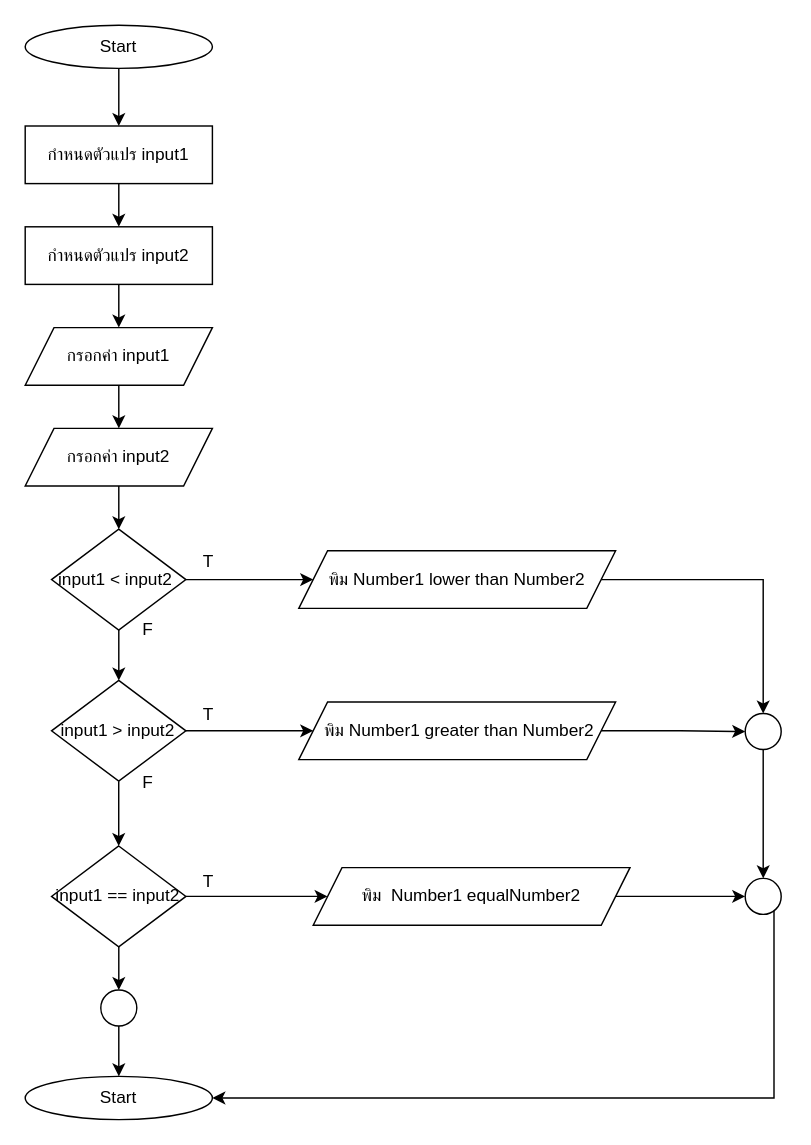
The draw.io diagram HW/HW05/hw05-4/hw05-4.drawio in aphiwat-window/ENGCE117, before the edit. Source tidied: cells renumbered, new cells numbered last; positions are measured from the earlier drawing's top-left corner, leaving out a move shared by most shapes. Both pictures are drawn from the tidied source at 144%, with x=0, y=0 at pixel (24, 24).
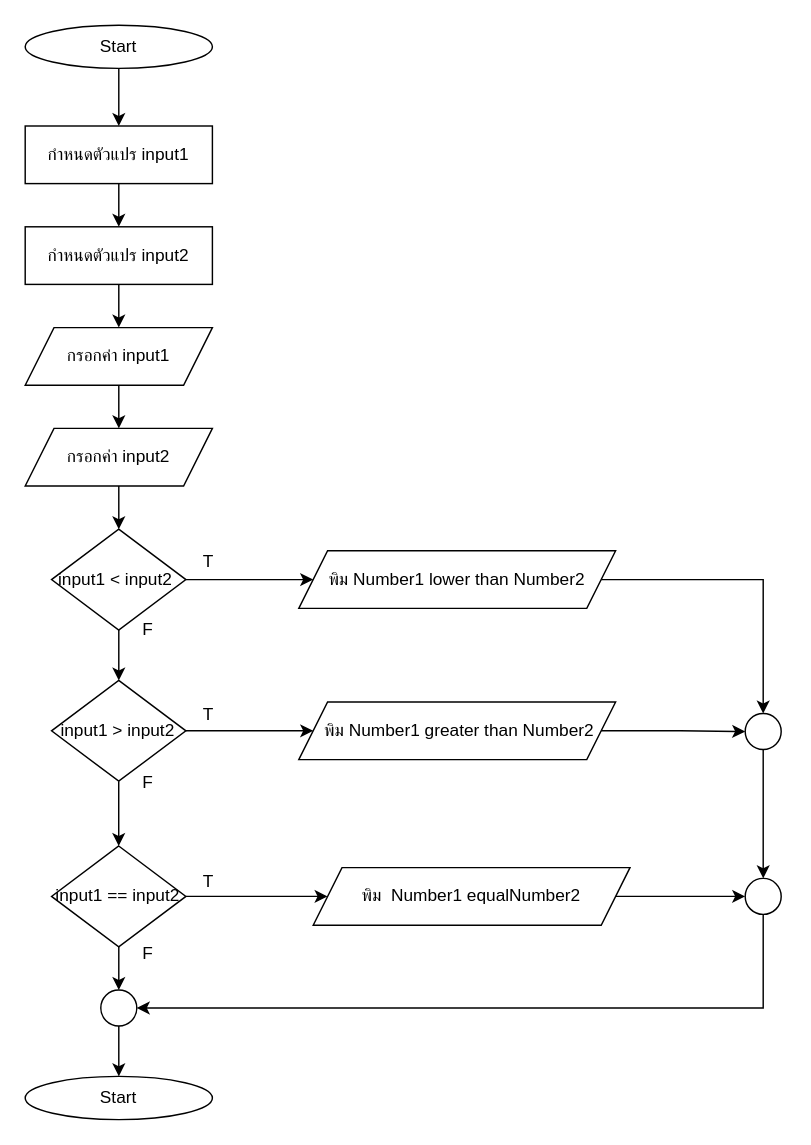
After the change.

Unchanged cells that the change refers to:
```xml
<mxCell id="27" value="&lt;font face=&quot;Sarabun&quot;&gt;Start&lt;/font&gt;" style="ellipse;whiteSpace=wrap;html=1;" parent="1" vertex="1">
  <mxGeometry y="730" width="130" height="30" as="geometry" />
</mxCell>
<mxCell id="31" style="ellipse;whiteSpace=wrap;html=1;" parent="1" vertex="1">
  <mxGeometry x="500" y="592.5" width="25" height="25" as="geometry" />
</mxCell>
<mxCell id="38" style="ellipse;whiteSpace=wrap;html=1;" parent="1" vertex="1">
  <mxGeometry x="52.5" y="670" width="25" height="25" as="geometry" />
</mxCell>
```

The edit, as a diff of the source:
```diff
@@
-    <mxCell id="30" style="edgeStyle=orthogonalEdgeStyle;rounded=0;jettySize=auto;html=1;entryX=1;entryY=0.5;entryDx=0;entryDy=0;" parent="1" edge="1" source="31" target="27">
-      <mxGeometry relative="1" as="geometry">
-        <Array as="points">
-          <mxPoint x="520" y="745" />
-        </Array>
-      </mxGeometry>
-    </mxCell>
+    <mxCell id="39" style="edgeStyle=orthogonalEdgeStyle;rounded=0;jettySize=auto;html=1;entryX=1;entryY=0.5;entryDx=0;entryDy=0;" parent="1" edge="1" source="31" target="38">
+      <mxGeometry relative="1" as="geometry">
+        <Array as="points">
+          <mxPoint x="513" y="683" />
+        </Array>
+      </mxGeometry>
+    </mxCell>
@@
+    <mxCell id="40" value="F" style="text;html=1;align=center;verticalAlign=middle;strokeColor=none;fillColor=none;" parent="1" vertex="1">
+      <mxGeometry x="70" y="630" width="30" height="30" as="geometry" />
+    </mxCell>
```
